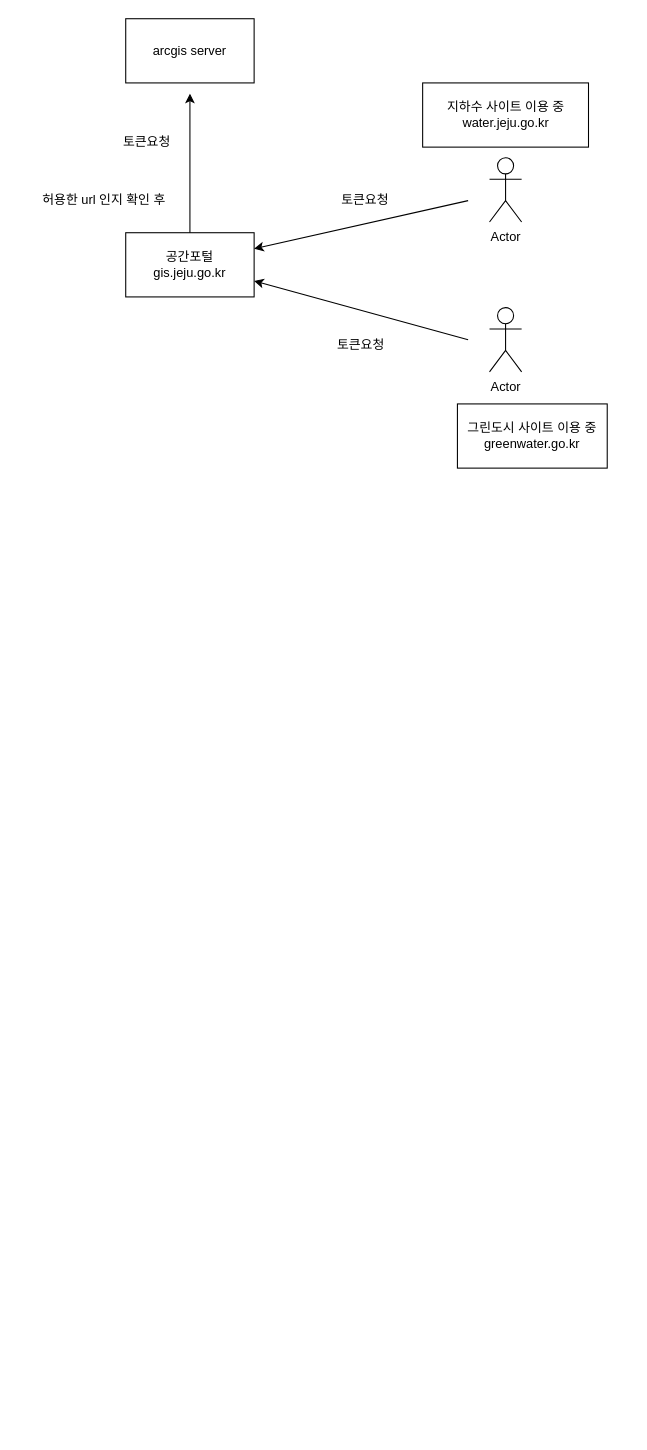
The draw.io diagram 제목 없는 다이어그램2.drawio in nadale28/drawio, before the edit. Source tidied: cells renumbered, new cells numbered last; positions are measured from the earlier drawing's top-left corner, leaving out a move shared by most shapes. Both pictures are drawn from the tidied source at 107%, with x=0, y=0 at pixel (18, 18).
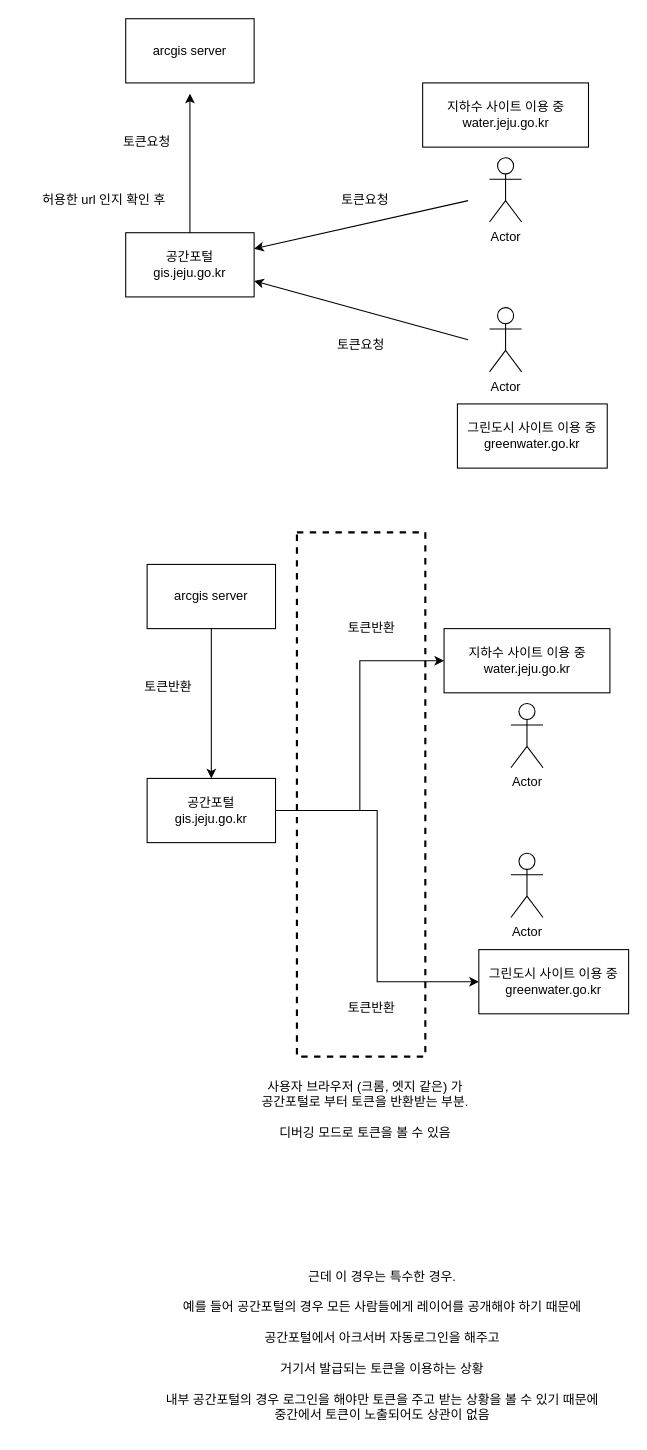
The same page after the edit.

Commit message (it also covers changes not shown here):
제목 없는 다이어그램2.drawio 업데이트

Diff of the diagram source:
```diff
@@
+    <mxCell id="15" style="rounded=0;whiteSpace=wrap;html=1;dashed=1;fillColor=none;strokeWidth=2;" parent="1" vertex="1">
+      <mxGeometry x="260" y="480" width="120" height="490" as="geometry" />
+    </mxCell>
@@
+    <mxCell id="16" style="edgeStyle=orthogonalEdgeStyle;rounded=0;jettySize=auto;html=1;entryX=0;entryY=0.5;entryDx=0;entryDy=0;" parent="1" edge="1" source="18" target="22">
+      <mxGeometry relative="1" as="geometry" />
+    </mxCell>
+    <mxCell id="17" style="edgeStyle=orthogonalEdgeStyle;rounded=0;jettySize=auto;html=1;entryX=0;entryY=0.5;entryDx=0;entryDy=0;" parent="1" edge="1" source="18" target="23">
+      <mxGeometry relative="1" as="geometry" />
+    </mxCell>
+    <mxCell id="18" value="공간포털&lt;br&gt;gis.jeju.go.kr" style="rounded=0;whiteSpace=wrap;html=1;" parent="1" vertex="1">
+      <mxGeometry x="120" y="710" width="120" height="60" as="geometry" />
+    </mxCell>
+    <mxCell id="19" style="edgeStyle=orthogonalEdgeStyle;rounded=0;jettySize=auto;html=1;" parent="1" edge="1" source="20" target="18">
+      <mxGeometry relative="1" as="geometry" />
+    </mxCell>
+    <mxCell id="20" value="arcgis server" style="rounded=0;whiteSpace=wrap;html=1;" parent="1" vertex="1">
+      <mxGeometry x="120" y="510" width="120" height="60" as="geometry" />
+    </mxCell>
+    <mxCell id="21" value="토큰반환" style="text;html=1;strokeColor=none;fillColor=none;align=center;verticalAlign=middle;whiteSpace=wrap;rounded=0;" parent="1" vertex="1">
+      <mxGeometry x="110" y="610" width="60" height="30" as="geometry" />
+    </mxCell>
+    <mxCell id="22" value="지하수 사이트 이용 중&lt;br&gt;water.jeju.go.kr" style="rounded=0;whiteSpace=wrap;html=1;" parent="1" vertex="1">
+      <mxGeometry x="397.5" y="570" width="155" height="60" as="geometry" />
+    </mxCell>
+    <mxCell id="23" value="그린도시 사이트 이용 중&lt;br&gt;greenwater.go.kr" style="rounded=0;whiteSpace=wrap;html=1;" parent="1" vertex="1">
+      <mxGeometry x="430" y="870" width="140" height="60" as="geometry" />
+    </mxCell>
+    <mxCell id="24" value="토큰반환" style="text;html=1;strokeColor=none;fillColor=none;align=center;verticalAlign=middle;whiteSpace=wrap;rounded=0;" parent="1" vertex="1">
+      <mxGeometry x="300" y="555" width="60" height="30" as="geometry" />
+    </mxCell>
+    <mxCell id="25" value="토큰반환" style="text;html=1;strokeColor=none;fillColor=none;align=center;verticalAlign=middle;whiteSpace=wrap;rounded=0;" parent="1" vertex="1">
+      <mxGeometry x="300" y="910" width="60" height="30" as="geometry" />
+    </mxCell>
+    <mxCell id="26" value="Actor" style="shape=umlActor;verticalLabelPosition=bottom;verticalAlign=top;html=1;" parent="1" vertex="1">
+      <mxGeometry x="460" y="640" width="30" height="60" as="geometry" />
+    </mxCell>
+    <mxCell id="27" value="Actor" style="shape=umlActor;verticalLabelPosition=bottom;verticalAlign=top;html=1;" parent="1" vertex="1">
+      <mxGeometry x="460" y="780" width="30" height="60" as="geometry" />
+    </mxCell>
+    <mxCell id="28" value="사용자 브라우저 (크롬, 엣지 같은) 가&lt;br&gt;공간포털로 부터 토큰을 반환받는 부분.&lt;br&gt;&lt;br&gt;디버깅 모드로 토큰을 볼 수 있음" style="text;html=1;strokeColor=none;fillColor=none;align=center;verticalAlign=middle;whiteSpace=wrap;rounded=0;" parent="1" vertex="1">
+      <mxGeometry x="201" y="980" width="246" height="80" as="geometry" />
+    </mxCell>
+    <mxCell id="29" value="근데 이 경우는 특수한 경우.&lt;br&gt;&lt;br&gt;예를 들어 공간포털의 경우 모든 사람들에게 레이어를 공개해야 하기 때문에&lt;br&gt;&lt;br&gt;공간포털에서 아크서버 자동로그인을 해주고 &lt;br&gt;&lt;br&gt;거기서 발급되는 토큰을 이용하는 상황&lt;br&gt;&lt;br&gt;내부 공간포털의 경우 로그인을 해야만 토큰을 주고 받는 상황을 볼 수 있기 때문에&lt;br&gt;중간에서 토큰이 노출되어도 상관이 없음" style="text;html=1;strokeColor=none;fillColor=none;align=center;verticalAlign=middle;whiteSpace=wrap;rounded=0;" parent="1" vertex="1">
+      <mxGeometry x="110" y="1160" width="460" height="160" as="geometry" />
+    </mxCell>
```
